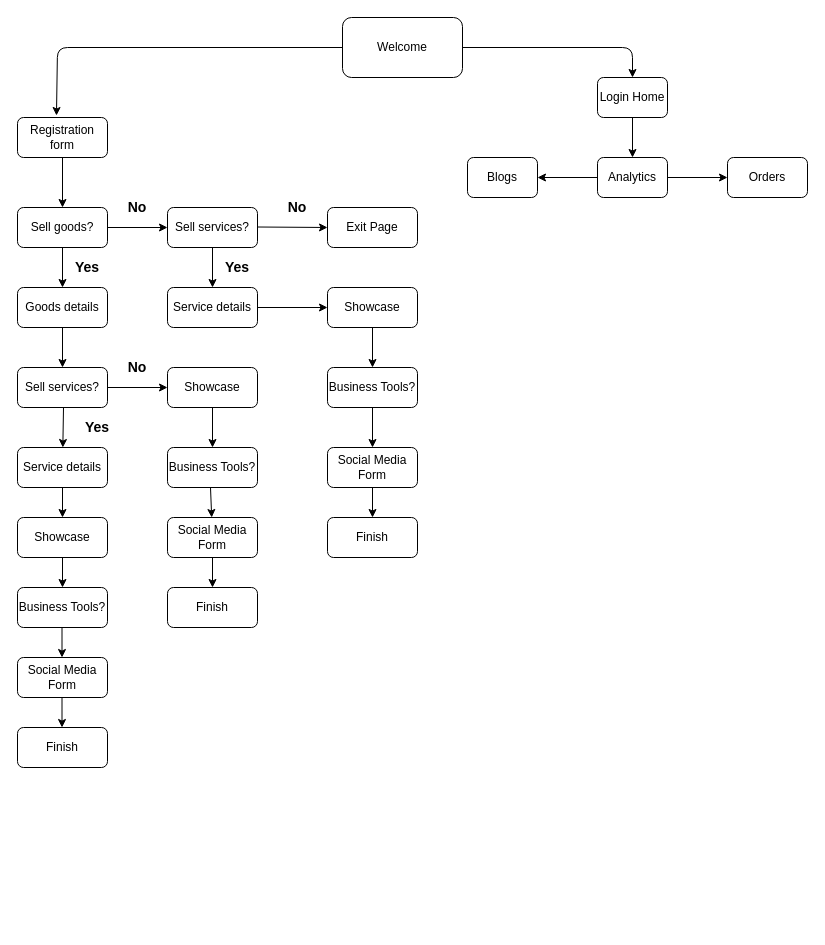
This is app_eng_updated.drawio from willdonlan8/test, a draw.io file, before an edit. Source tidied: cells renumbered, new cells numbered last; positions are measured from the earlier drawing's top-left corner, leaving out a move shared by most shapes. Both pictures are drawn from the tidied source at 100%, with x=0, y=0 at pixel (17, 17).
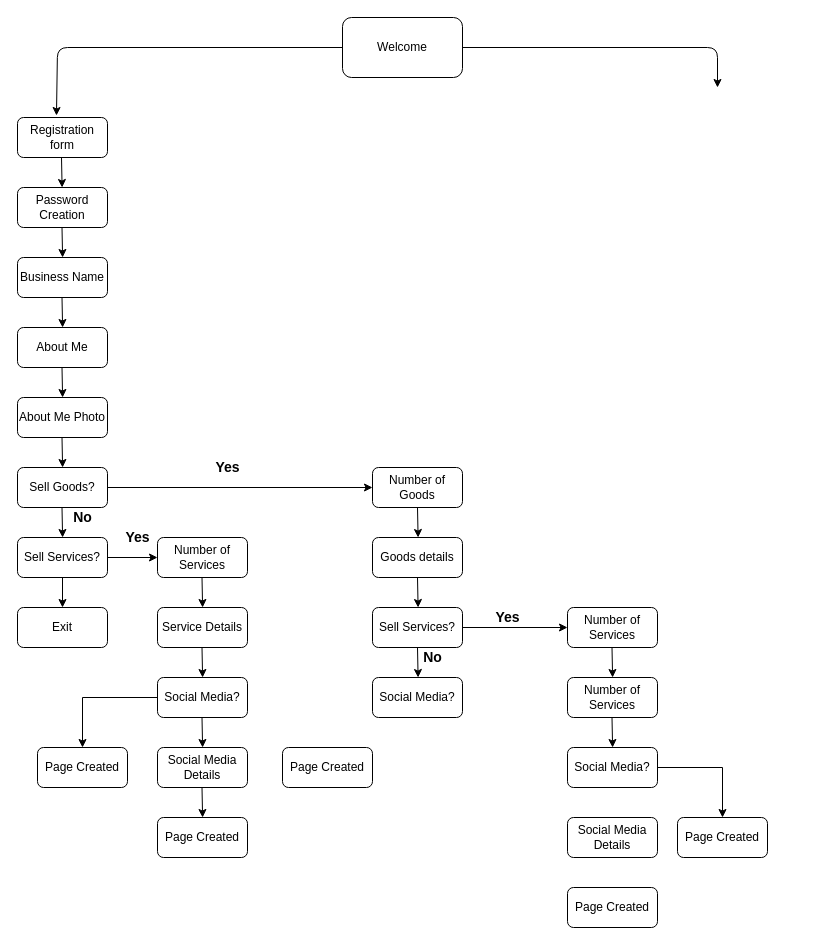
The same page after the edit.

The edit, as a diff of the source:
```diff
@@
-    <mxCell id="3" value="Blogs" style="rounded=1;whiteSpace=wrap;html=1;" parent="1" vertex="1">
-      <mxGeometry x="450" y="140" width="70" height="40" as="geometry" />
-    </mxCell>
-    <mxCell id="4" value="Login Home" style="rounded=1;whiteSpace=wrap;html=1;" parent="1" vertex="1">
-      <mxGeometry x="580" y="60" width="70" height="40" as="geometry" />
-    </mxCell>
-    <mxCell id="5" value="Orders" style="rounded=1;whiteSpace=wrap;html=1;" parent="1" vertex="1">
-      <mxGeometry x="710" y="140" width="80" height="40" as="geometry" />
-    </mxCell>
-    <mxCell id="6" value="Analytics" style="rounded=1;whiteSpace=wrap;html=1;" parent="1" vertex="1">
-      <mxGeometry x="580" y="140" width="70" height="40" as="geometry" />
-    </mxCell>
@@
-    <mxCell id="8" value="Exit Page" style="rounded=1;whiteSpace=wrap;html=1;" parent="1" vertex="1">
-      <mxGeometry x="310" y="190" width="90" height="40" as="geometry" />
-    </mxCell>
-    <mxCell id="9" value="Sell goods?" style="rounded=1;whiteSpace=wrap;html=1;" parent="1" vertex="1">
-      <mxGeometry y="190" width="90" height="40" as="geometry" />
-    </mxCell>
-    <mxCell id="10" style="edgeStyle=orthogonalEdgeStyle;rounded=0;jettySize=auto;html=1;" parent="1" edge="1" source="11" target="14">
-      <mxGeometry relative="1" as="geometry" />
-    </mxCell>
-    <mxCell id="11" value="Sell services?" style="rounded=1;whiteSpace=wrap;html=1;" parent="1" vertex="1">
-      <mxGeometry x="150" y="190" width="90" height="40" as="geometry" />
-    </mxCell>
-    <mxCell id="12" value="Goods details" style="rounded=1;whiteSpace=wrap;html=1;" parent="1" vertex="1">
-      <mxGeometry y="270" width="90" height="40" as="geometry" />
-    </mxCell>
-    <mxCell id="13" value="Social Media Form" style="rounded=1;whiteSpace=wrap;html=1;" parent="1" vertex="1">
-      <mxGeometry x="310" y="430" width="90" height="40" as="geometry" />
-    </mxCell>
-    <mxCell id="14" value="Service details" style="rounded=1;whiteSpace=wrap;html=1;" parent="1" vertex="1">
-      <mxGeometry x="150" y="270" width="90" height="40" as="geometry" />
-    </mxCell>
-    <mxCell id="15" value="Sell services?" style="rounded=1;whiteSpace=wrap;html=1;" parent="1" vertex="1">
-      <mxGeometry y="350" width="90" height="40" as="geometry" />
-    </mxCell>
-    <mxCell id="16" value="Service details" style="rounded=1;whiteSpace=wrap;html=1;" parent="1" vertex="1">
-      <mxGeometry y="430" width="90" height="40" as="geometry" />
-    </mxCell>
-    <mxCell id="17" value="Social Media Form" style="rounded=1;whiteSpace=wrap;html=1;" parent="1" vertex="1">
-      <mxGeometry y="640" width="90" height="40" as="geometry" />
-    </mxCell>
-    <mxCell id="18" style="edgeStyle=orthogonalEdgeStyle;rounded=0;jettySize=auto;html=1;" parent="1" edge="1" source="19" target="20">
-      <mxGeometry relative="1" as="geometry" />
-    </mxCell>
-    <mxCell id="19" value="Showcase" style="rounded=1;whiteSpace=wrap;html=1;" parent="1" vertex="1">
-      <mxGeometry y="500" width="90" height="40" as="geometry" />
-    </mxCell>
-    <mxCell id="20" value="Business Tools?" style="rounded=1;whiteSpace=wrap;html=1;" parent="1" vertex="1">
-      <mxGeometry y="570" width="90" height="40" as="geometry" />
-    </mxCell>
-    <mxCell id="21" value="Finish" style="rounded=1;whiteSpace=wrap;html=1;" parent="1" vertex="1">
-      <mxGeometry y="710" width="90" height="40" as="geometry" />
-    </mxCell>
-    <mxCell id="22" value="Showcase" style="rounded=1;whiteSpace=wrap;html=1;" parent="1" vertex="1">
-      <mxGeometry x="310" y="270" width="90" height="40" as="geometry" />
-    </mxCell>
-    <mxCell id="23" value="Business Tools?" style="rounded=1;whiteSpace=wrap;html=1;" parent="1" vertex="1">
-      <mxGeometry x="310" y="350" width="90" height="40" as="geometry" />
-    </mxCell>
-    <mxCell id="24" value="Finish" style="rounded=1;whiteSpace=wrap;html=1;" parent="1" vertex="1">
-      <mxGeometry x="310" y="500" width="90" height="40" as="geometry" />
-    </mxCell>
-    <mxCell id="25" value="Social Media Form" style="rounded=1;whiteSpace=wrap;html=1;" parent="1" vertex="1">
-      <mxGeometry x="150" y="500" width="90" height="40" as="geometry" />
-    </mxCell>
-    <mxCell id="26" value="Showcase" style="rounded=1;whiteSpace=wrap;html=1;" parent="1" vertex="1">
-      <mxGeometry x="150" y="350" width="90" height="40" as="geometry" />
-    </mxCell>
-    <mxCell id="27" value="Business Tools?" style="rounded=1;whiteSpace=wrap;html=1;" parent="1" vertex="1">
-      <mxGeometry x="150" y="430" width="90" height="40" as="geometry" />
-    </mxCell>
-    <mxCell id="28" value="Finish" style="rounded=1;whiteSpace=wrap;html=1;" parent="1" vertex="1">
-      <mxGeometry x="150" y="570" width="90" height="40" as="geometry" />
-    </mxCell>
@@
-    <mxCell id="30" style="endArrow=classic;html=1;entryX=0.5;entryY=0;entryDx=0;entryDy=0;" parent="1" edge="1" target="4">
+    <mxCell id="30" style="endArrow=classic;html=1;" parent="1" edge="1">
       <mxGeometry relative="1" as="geometry">
         <mxPoint x="445" y="30" as="sourcePoint" />
+        <mxPoint x="700" y="70" as="targetPoint" />
         <Array as="points">
-          <mxPoint x="615" y="30" />
+          <mxPoint x="700" y="30" />
         </Array>
       </mxGeometry>
     </mxCell>
-    <mxCell id="31" style="endArrow=classic;html=1;entryX=0.5;entryY=0;entryDx=0;entryDy=0;" parent="1" edge="1" target="9">
-      <mxGeometry relative="1" as="geometry">
-        <mxPoint x="45" y="140" as="sourcePoint" />
-      </mxGeometry>
-    </mxCell>
-    <mxCell id="32" style="endArrow=classic;html=1;entryX=0;entryY=0.5;entryDx=0;entryDy=0;" parent="1" edge="1" target="11">
-      <mxGeometry relative="1" as="geometry">
-        <mxPoint x="90" y="210" as="sourcePoint" />
-      </mxGeometry>
-    </mxCell>
-    <mxCell id="33" style="endArrow=classic;html=1;entryX=0;entryY=0.5;entryDx=0;entryDy=0;" parent="1" edge="1" target="8">
-      <mxGeometry relative="1" as="geometry">
-        <mxPoint x="240" y="209.5" as="sourcePoint" />
-      </mxGeometry>
-    </mxCell>
-    <mxCell id="34" style="endArrow=classic;html=1;exitX=0.5;exitY=1;exitDx=0;exitDy=0;" parent="1" edge="1" source="9" target="12">
-      <mxGeometry relative="1" as="geometry" />
-    </mxCell>
-    <mxCell id="35" style="endArrow=classic;html=1;exitX=0.5;exitY=1;exitDx=0;exitDy=0;" parent="1" edge="1" source="12" target="15">
-      <mxGeometry relative="1" as="geometry" />
-    </mxCell>
-    <mxCell id="36" style="endArrow=classic;html=1;" parent="1" edge="1" target="16">
-      <mxGeometry relative="1" as="geometry">
-        <mxPoint x="46" y="390" as="sourcePoint" />
-      </mxGeometry>
-    </mxCell>
-    <mxCell id="37" value="&lt;b&gt;&lt;font style=&quot;font-size: 14px&quot;&gt;Yes&lt;/font&gt;&lt;/b&gt;" style="text;html=1;strokeColor=none;fillColor=none;align=center;verticalAlign=middle;whiteSpace=wrap;rounded=0;" parent="1" vertex="1">
-      <mxGeometry x="50" y="240" width="40" height="20" as="geometry" />
-    </mxCell>
-    <mxCell id="38" value="&lt;b&gt;&lt;font style=&quot;font-size: 14px&quot;&gt;No&lt;/font&gt;&lt;/b&gt;" style="text;html=1;strokeColor=none;fillColor=none;align=center;verticalAlign=middle;whiteSpace=wrap;rounded=0;" parent="1" vertex="1">
-      <mxGeometry x="100" y="180" width="40" height="20" as="geometry" />
-    </mxCell>
-    <mxCell id="39" value="&lt;font style=&quot;font-size: 14px&quot;&gt;&lt;b&gt;No&lt;/b&gt;&lt;/font&gt;" style="text;html=1;strokeColor=none;fillColor=none;align=center;verticalAlign=middle;whiteSpace=wrap;rounded=0;" parent="1" vertex="1">
-      <mxGeometry x="260" y="180" width="40" height="20" as="geometry" />
-    </mxCell>
-    <mxCell id="40" value="&lt;b&gt;&lt;font style=&quot;font-size: 14px&quot;&gt;Yes&lt;/font&gt;&lt;/b&gt;" style="text;html=1;strokeColor=none;fillColor=none;align=center;verticalAlign=middle;whiteSpace=wrap;rounded=0;" parent="1" vertex="1">
-      <mxGeometry x="200" y="240" width="40" height="20" as="geometry" />
-    </mxCell>
-    <mxCell id="41" value="&lt;b&gt;&lt;font style=&quot;font-size: 14px&quot;&gt;No&lt;/font&gt;&lt;/b&gt;" style="text;html=1;strokeColor=none;fillColor=none;align=center;verticalAlign=middle;whiteSpace=wrap;rounded=0;" parent="1" vertex="1">
-      <mxGeometry x="100" y="340" width="40" height="20" as="geometry" />
-    </mxCell>
-    <mxCell id="42" value="&lt;font style=&quot;font-size: 14px&quot;&gt;&lt;b&gt;Yes&lt;/b&gt;&lt;/font&gt;" style="text;html=1;strokeColor=none;fillColor=none;align=center;verticalAlign=middle;whiteSpace=wrap;rounded=0;" parent="1" vertex="1">
-      <mxGeometry x="60" y="400" width="40" height="20" as="geometry" />
-    </mxCell>
-    <mxCell id="43" style="endArrow=classic;html=1;" parent="1" edge="1" target="22">
-      <mxGeometry relative="1" as="geometry">
-        <mxPoint x="240" y="290" as="sourcePoint" />
-      </mxGeometry>
-    </mxCell>
-    <mxCell id="44" style="endArrow=classic;html=1;entryX=0.5;entryY=0;entryDx=0;entryDy=0;exitX=0.5;exitY=1;exitDx=0;exitDy=0;" parent="1" edge="1" source="22" target="23">
-      <mxGeometry relative="1" as="geometry" />
-    </mxCell>
-    <mxCell id="45" style="endArrow=classic;html=1;entryX=0.5;entryY=0;entryDx=0;entryDy=0;exitX=0.5;exitY=1;exitDx=0;exitDy=0;" parent="1" edge="1" source="23" target="13">
-      <mxGeometry relative="1" as="geometry" />
-    </mxCell>
-    <mxCell id="46" style="endArrow=classic;html=1;entryX=0.5;entryY=0;entryDx=0;entryDy=0;exitX=0.5;exitY=1;exitDx=0;exitDy=0;" parent="1" edge="1" source="13" target="24">
-      <mxGeometry relative="1" as="geometry" />
-    </mxCell>
-    <mxCell id="47" style="endArrow=classic;html=1;exitX=1;exitY=0.5;exitDx=0;exitDy=0;" parent="1" edge="1" source="15">
-      <mxGeometry relative="1" as="geometry">
-        <mxPoint x="150" y="370" as="targetPoint" />
-      </mxGeometry>
-    </mxCell>
-    <mxCell id="48" style="endArrow=classic;html=1;entryX=0.5;entryY=0;entryDx=0;entryDy=0;exitX=0.5;exitY=1;exitDx=0;exitDy=0;" parent="1" edge="1" source="26" target="27">
-      <mxGeometry relative="1" as="geometry" />
-    </mxCell>
-    <mxCell id="49" style="endArrow=classic;html=1;" parent="1" edge="1" target="25">
-      <mxGeometry relative="1" as="geometry">
-        <mxPoint x="193" y="470" as="sourcePoint" />
-      </mxGeometry>
-    </mxCell>
-    <mxCell id="50" style="endArrow=classic;html=1;" parent="1" edge="1" target="28">
-      <mxGeometry relative="1" as="geometry">
-        <mxPoint x="195" y="540" as="sourcePoint" />
-      </mxGeometry>
-    </mxCell>
-    <mxCell id="51" style="endArrow=classic;html=1;entryX=0.5;entryY=0;entryDx=0;entryDy=0;" parent="1" edge="1" target="19">
-      <mxGeometry relative="1" as="geometry">
-        <mxPoint x="45" y="470" as="sourcePoint" />
-      </mxGeometry>
-    </mxCell>
-    <mxCell id="52" style="endArrow=classic;html=1;entryX=0.5;entryY=0;entryDx=0;entryDy=0;" parent="1" edge="1">
-      <mxGeometry relative="1" as="geometry">
-        <mxPoint x="44.5" y="610" as="sourcePoint" />
-        <mxPoint x="44.5" y="640" as="targetPoint" />
-      </mxGeometry>
-    </mxCell>
-    <mxCell id="53" style="endArrow=classic;html=1;entryX=0.5;entryY=0;entryDx=0;entryDy=0;" parent="1" edge="1">
-      <mxGeometry relative="1" as="geometry">
-        <mxPoint x="44.5" y="680" as="sourcePoint" />
-        <mxPoint x="44.5" y="710" as="targetPoint" />
-      </mxGeometry>
-    </mxCell>
-    <mxCell id="54" style="endArrow=classic;html=1;entryX=0.5;entryY=0;entryDx=0;entryDy=0;" parent="1" edge="1" target="6">
-      <mxGeometry relative="1" as="geometry">
-        <mxPoint x="615" y="100" as="sourcePoint" />
-      </mxGeometry>
-    </mxCell>
-    <mxCell id="55" style="endArrow=classic;html=1;entryX=0;entryY=0.5;entryDx=0;entryDy=0;" parent="1" edge="1" target="5">
-      <mxGeometry relative="1" as="geometry">
-        <mxPoint x="650" y="160" as="sourcePoint" />
-      </mxGeometry>
-    </mxCell>
-    <mxCell id="56" style="endArrow=classic;html=1;entryX=1;entryY=0.5;entryDx=0;entryDy=0;" parent="1" edge="1" target="3">
-      <mxGeometry relative="1" as="geometry">
-        <mxPoint x="580" y="160" as="sourcePoint" />
-      </mxGeometry>
-    </mxCell>
+    <mxCell id="57" value="Password Creation" style="rounded=1;whiteSpace=wrap;html=1;" parent="1" vertex="1">
+      <mxGeometry y="170" width="90" height="40" as="geometry" />
+    </mxCell>
+    <mxCell id="58" value="Business Name" style="rounded=1;whiteSpace=wrap;html=1;" parent="1" vertex="1">
+      <mxGeometry y="240" width="90" height="40" as="geometry" />
+    </mxCell>
+    <mxCell id="59" value="About Me" style="rounded=1;whiteSpace=wrap;html=1;" parent="1" vertex="1">
+      <mxGeometry y="310" width="90" height="40" as="geometry" />
+    </mxCell>
+    <mxCell id="60" value="About Me Photo" style="rounded=1;whiteSpace=wrap;html=1;" parent="1" vertex="1">
+      <mxGeometry y="380" width="90" height="40" as="geometry" />
+    </mxCell>
+    <mxCell id="61" value="Sell Goods?" style="rounded=1;whiteSpace=wrap;html=1;" parent="1" vertex="1">
+      <mxGeometry y="450" width="90" height="40" as="geometry" />
+    </mxCell>
+    <mxCell id="62" style="edgeStyle=orthogonalEdgeStyle;rounded=0;jettySize=auto;html=1;" parent="1" edge="1" source="64" target="65">
+      <mxGeometry relative="1" as="geometry" />
+    </mxCell>
+    <mxCell id="63" style="edgeStyle=orthogonalEdgeStyle;rounded=0;jettySize=auto;html=1;" parent="1" edge="1" source="64" target="69">
+      <mxGeometry relative="1" as="geometry" />
+    </mxCell>
+    <mxCell id="64" value="Sell Services?" style="rounded=1;whiteSpace=wrap;html=1;" parent="1" vertex="1">
+      <mxGeometry y="520" width="90" height="40" as="geometry" />
+    </mxCell>
+    <mxCell id="65" value="Exit" style="rounded=1;whiteSpace=wrap;html=1;" parent="1" vertex="1">
+      <mxGeometry y="590" width="90" height="40" as="geometry" />
+    </mxCell>
+    <mxCell id="66" value="Number of Goods" style="rounded=1;whiteSpace=wrap;html=1;" parent="1" vertex="1">
+      <mxGeometry x="355" y="450" width="90" height="40" as="geometry" />
+    </mxCell>
+    <mxCell id="12" value="Goods details" style="rounded=1;whiteSpace=wrap;html=1;" parent="1" vertex="1">
+      <mxGeometry x="355" y="520" width="90" height="40" as="geometry" />
+    </mxCell>
+    <mxCell id="67" style="edgeStyle=orthogonalEdgeStyle;rounded=0;jettySize=auto;html=1;" parent="1" edge="1" source="68" target="71">
+      <mxGeometry relative="1" as="geometry" />
+    </mxCell>
+    <mxCell id="68" value="Sell Services?" style="rounded=1;whiteSpace=wrap;html=1;" parent="1" vertex="1">
+      <mxGeometry x="355" y="590" width="90" height="40" as="geometry" />
+    </mxCell>
+    <mxCell id="69" value="Number of Services" style="rounded=1;whiteSpace=wrap;html=1;" parent="1" vertex="1">
+      <mxGeometry x="140" y="520" width="90" height="40" as="geometry" />
+    </mxCell>
+    <mxCell id="70" value="Service Details" style="rounded=1;whiteSpace=wrap;html=1;" parent="1" vertex="1">
+      <mxGeometry x="140" y="590" width="90" height="40" as="geometry" />
+    </mxCell>
+    <mxCell id="71" value="Number of Services" style="rounded=1;whiteSpace=wrap;html=1;" parent="1" vertex="1">
+      <mxGeometry x="550" y="590" width="90" height="40" as="geometry" />
+    </mxCell>
+    <mxCell id="72" value="Number of Services" style="rounded=1;whiteSpace=wrap;html=1;" parent="1" vertex="1">
+      <mxGeometry x="550" y="660" width="90" height="40" as="geometry" />
+    </mxCell>
+    <mxCell id="73" value="Social Media?" style="rounded=1;whiteSpace=wrap;html=1;" parent="1" vertex="1">
+      <mxGeometry x="355" y="660" width="90" height="40" as="geometry" />
+    </mxCell>
+    <mxCell id="74" style="edgeStyle=orthogonalEdgeStyle;rounded=0;jettySize=auto;html=1;" parent="1" edge="1" source="75" target="80">
+      <mxGeometry relative="1" as="geometry" />
+    </mxCell>
+    <mxCell id="75" value="Social Media?" style="rounded=1;whiteSpace=wrap;html=1;" parent="1" vertex="1">
+      <mxGeometry x="550" y="730" width="90" height="40" as="geometry" />
+    </mxCell>
+    <mxCell id="76" style="edgeStyle=orthogonalEdgeStyle;rounded=0;jettySize=auto;html=1;" parent="1" edge="1" source="77" target="78">
+      <mxGeometry relative="1" as="geometry" />
+    </mxCell>
+    <mxCell id="77" value="Social Media?" style="rounded=1;whiteSpace=wrap;html=1;" parent="1" vertex="1">
+      <mxGeometry x="140" y="660" width="90" height="40" as="geometry" />
+    </mxCell>
+    <mxCell id="78" value="Page Created" style="rounded=1;whiteSpace=wrap;html=1;" parent="1" vertex="1">
+      <mxGeometry x="20" y="730" width="90" height="40" as="geometry" />
+    </mxCell>
+    <mxCell id="79" value="Social Media Details" style="rounded=1;whiteSpace=wrap;html=1;" parent="1" vertex="1">
+      <mxGeometry x="140" y="730" width="90" height="40" as="geometry" />
+    </mxCell>
+    <mxCell id="80" value="Page Created" style="rounded=1;whiteSpace=wrap;html=1;" parent="1" vertex="1">
+      <mxGeometry x="660" y="800" width="90" height="40" as="geometry" />
+    </mxCell>
+    <mxCell id="81" style="endArrow=classic;html=1;entryX=0;entryY=0.5;entryDx=0;entryDy=0;" parent="1" edge="1" target="66">
+      <mxGeometry relative="1" as="geometry">
+        <mxPoint x="90" y="470" as="sourcePoint" />
+      </mxGeometry>
+    </mxCell>
+    <mxCell id="82" style="endArrow=classic;html=1;" parent="1" edge="1" target="57">
+      <mxGeometry relative="1" as="geometry">
+        <mxPoint x="44" y="140" as="sourcePoint" />
+      </mxGeometry>
+    </mxCell>
+    <mxCell id="83" style="endArrow=classic;html=1;" parent="1" edge="1">
+      <mxGeometry relative="1" as="geometry">
+        <mxPoint x="44.5" y="210" as="sourcePoint" />
+        <mxPoint x="45.1" y="240" as="targetPoint" />
+      </mxGeometry>
+    </mxCell>
+    <mxCell id="84" style="endArrow=classic;html=1;" parent="1" edge="1">
+      <mxGeometry relative="1" as="geometry">
+        <mxPoint x="44.5" y="280" as="sourcePoint" />
+        <mxPoint x="45.1" y="310" as="targetPoint" />
+      </mxGeometry>
+    </mxCell>
+    <mxCell id="85" style="endArrow=classic;html=1;" parent="1" edge="1">
+      <mxGeometry relative="1" as="geometry">
+        <mxPoint x="44.5" y="350" as="sourcePoint" />
+        <mxPoint x="45.1" y="380" as="targetPoint" />
+      </mxGeometry>
+    </mxCell>
+    <mxCell id="86" style="endArrow=classic;html=1;" parent="1" edge="1">
+      <mxGeometry relative="1" as="geometry">
+        <mxPoint x="44.5" y="420" as="sourcePoint" />
+        <mxPoint x="45.1" y="450" as="targetPoint" />
+      </mxGeometry>
+    </mxCell>
+    <mxCell id="87" style="endArrow=classic;html=1;" parent="1" edge="1">
+      <mxGeometry relative="1" as="geometry">
+        <mxPoint x="44.5" y="490" as="sourcePoint" />
+        <mxPoint x="45.1" y="520" as="targetPoint" />
+      </mxGeometry>
+    </mxCell>
+    <mxCell id="88" style="endArrow=classic;html=1;" parent="1" edge="1">
+      <mxGeometry relative="1" as="geometry">
+        <mxPoint x="184.5" y="560" as="sourcePoint" />
+        <mxPoint x="185.1" y="590" as="targetPoint" />
+      </mxGeometry>
+    </mxCell>
+    <mxCell id="89" style="endArrow=classic;html=1;" parent="1" edge="1">
+      <mxGeometry relative="1" as="geometry">
+        <mxPoint x="184.5" y="630" as="sourcePoint" />
+        <mxPoint x="185.1" y="660" as="targetPoint" />
+      </mxGeometry>
+    </mxCell>
+    <mxCell id="90" style="endArrow=classic;html=1;" parent="1" edge="1">
+      <mxGeometry relative="1" as="geometry">
+        <mxPoint x="400" y="490" as="sourcePoint" />
+        <mxPoint x="400.6" y="520" as="targetPoint" />
+      </mxGeometry>
+    </mxCell>
+    <mxCell id="91" style="endArrow=classic;html=1;" parent="1" edge="1">
+      <mxGeometry relative="1" as="geometry">
+        <mxPoint x="400" y="560" as="sourcePoint" />
+        <mxPoint x="400.6" y="590" as="targetPoint" />
+      </mxGeometry>
+    </mxCell>
+    <mxCell id="92" style="endArrow=classic;html=1;" parent="1" edge="1">
+      <mxGeometry relative="1" as="geometry">
+        <mxPoint x="400" y="630" as="sourcePoint" />
+        <mxPoint x="400.6" y="660" as="targetPoint" />
+      </mxGeometry>
+    </mxCell>
+    <mxCell id="93" style="endArrow=classic;html=1;" parent="1" edge="1">
+      <mxGeometry relative="1" as="geometry">
+        <mxPoint x="594.5" y="630" as="sourcePoint" />
+        <mxPoint x="595.1" y="660" as="targetPoint" />
+      </mxGeometry>
+    </mxCell>
+    <mxCell id="94" style="endArrow=classic;html=1;" parent="1" edge="1">
+      <mxGeometry relative="1" as="geometry">
+        <mxPoint x="594.5" y="700" as="sourcePoint" />
+        <mxPoint x="595.1" y="730" as="targetPoint" />
+      </mxGeometry>
+    </mxCell>
+    <mxCell id="95" value="&lt;b&gt;&lt;font style=&quot;font-size: 14px&quot;&gt;Yes&lt;/font&gt;&lt;/b&gt;" style="text;html=1;align=center;verticalAlign=middle;fillColor=none;strokeColor=none;rounded=0;" parent="1" vertex="1">
+      <mxGeometry x="190" y="440" width="40" height="20" as="geometry" />
+    </mxCell>
+    <mxCell id="96" value="&lt;font style=&quot;font-size: 14px&quot;&gt;&lt;b&gt;No&lt;/b&gt;&lt;/font&gt;" style="text;html=1;align=center;verticalAlign=middle;fillColor=none;strokeColor=none;rounded=0;" parent="1" vertex="1">
+      <mxGeometry x="50" y="490" width="30" height="20" as="geometry" />
+    </mxCell>
+    <mxCell id="97" value="&lt;font style=&quot;font-size: 14px&quot;&gt;&lt;b&gt;Yes&lt;/b&gt;&lt;/font&gt;" style="text;html=1;align=center;verticalAlign=middle;fillColor=none;strokeColor=none;rounded=0;" parent="1" vertex="1">
+      <mxGeometry x="100" y="510" width="40" height="20" as="geometry" />
+    </mxCell>
+    <mxCell id="98" value="&lt;font style=&quot;font-size: 14px&quot;&gt;&lt;b&gt;Yes&lt;/b&gt;&lt;/font&gt;" style="text;html=1;align=center;verticalAlign=middle;fillColor=none;strokeColor=none;rounded=0;" parent="1" vertex="1">
+      <mxGeometry x="470" y="590" width="40" height="20" as="geometry" />
+    </mxCell>
+    <mxCell id="99" value="&lt;font style=&quot;font-size: 14px&quot;&gt;&lt;b&gt;No&lt;/b&gt;&lt;/font&gt;" style="text;html=1;align=center;verticalAlign=middle;fillColor=none;strokeColor=none;rounded=0;" parent="1" vertex="1">
+      <mxGeometry x="400" y="630" width="30" height="20" as="geometry" />
+    </mxCell>
+    <mxCell id="100" value="Page Created" style="rounded=1;whiteSpace=wrap;html=1;" parent="1" vertex="1">
+      <mxGeometry x="140" y="800" width="90" height="40" as="geometry" />
+    </mxCell>
+    <mxCell id="101" value="Page Created" style="rounded=1;whiteSpace=wrap;html=1;" parent="1" vertex="1">
+      <mxGeometry x="550" y="870" width="90" height="40" as="geometry" />
+    </mxCell>
+    <mxCell id="102" value="Social Media Details" style="rounded=1;whiteSpace=wrap;html=1;" parent="1" vertex="1">
+      <mxGeometry x="550" y="800" width="90" height="40" as="geometry" />
+    </mxCell>
+    <mxCell id="103" value="Page Created" style="rounded=1;whiteSpace=wrap;html=1;" parent="1" vertex="1">
+      <mxGeometry x="265" y="730" width="90" height="40" as="geometry" />
+    </mxCell>
+    <mxCell id="104" style="endArrow=classic;html=1;" parent="1" edge="1">
+      <mxGeometry relative="1" as="geometry">
+        <mxPoint x="184.5" y="700" as="sourcePoint" />
+        <mxPoint x="185.1" y="730" as="targetPoint" />
+      </mxGeometry>
+    </mxCell>
+    <mxCell id="105" style="endArrow=classic;html=1;" parent="1" edge="1">
+      <mxGeometry relative="1" as="geometry">
+        <mxPoint x="184.5" y="770" as="sourcePoint" />
+        <mxPoint x="185.1" y="800" as="targetPoint" />
+      </mxGeometry>
+    </mxCell>
```
